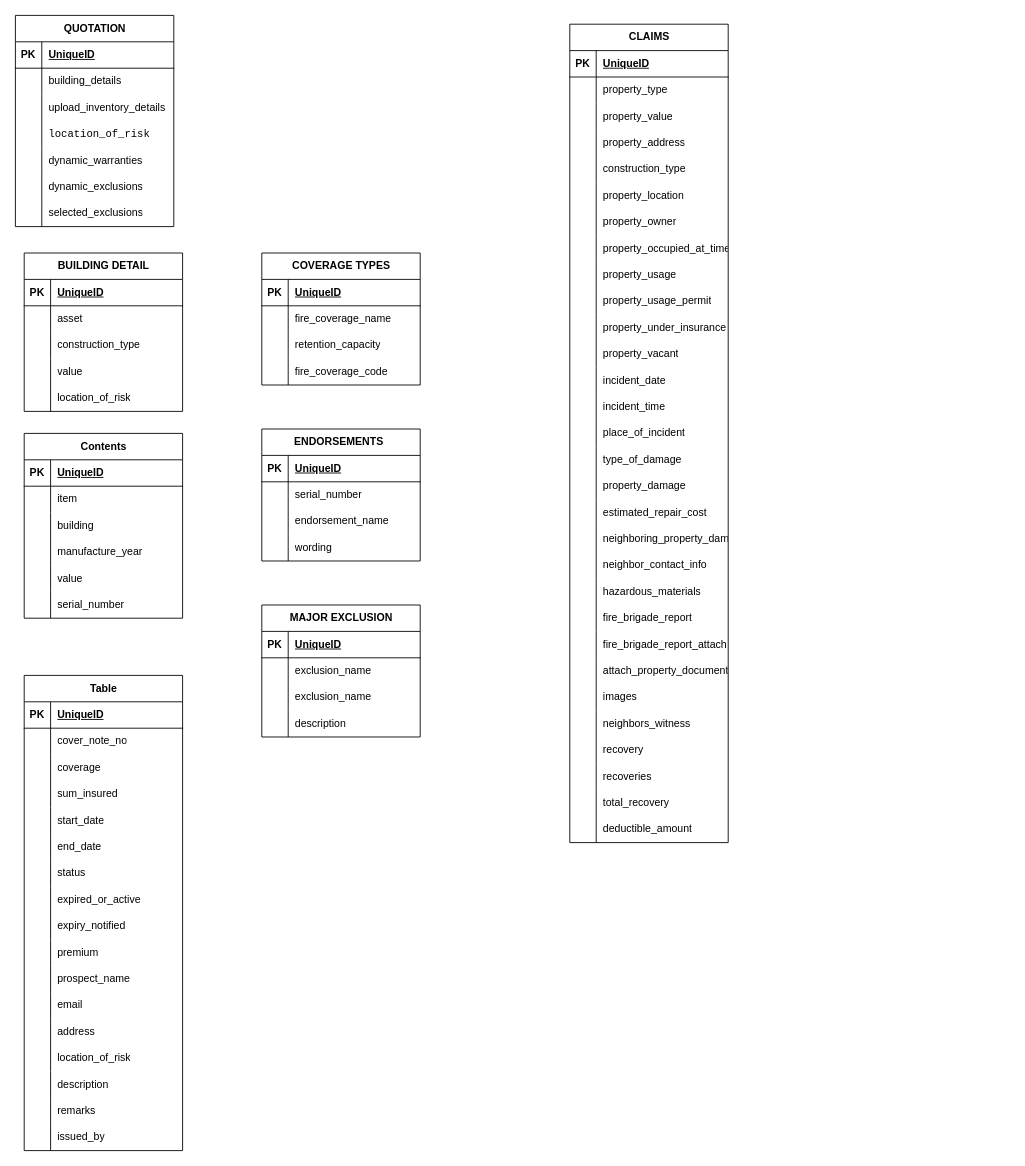
Earlier version of the draw.io diagram page "Fire" (9 of 11) of erpnext/InSIST Insurance ERDiagram.drawio (InSIST-Global-Ltd/erpnext). Source tidied: cells renumbered, new cells numbered last; positions are measured from the earlier drawing's top-left corner, leaving out a move shared by most shapes. Both pictures are drawn from the tidied source at 88%, with x=0, y=0 at pixel (15, 15).
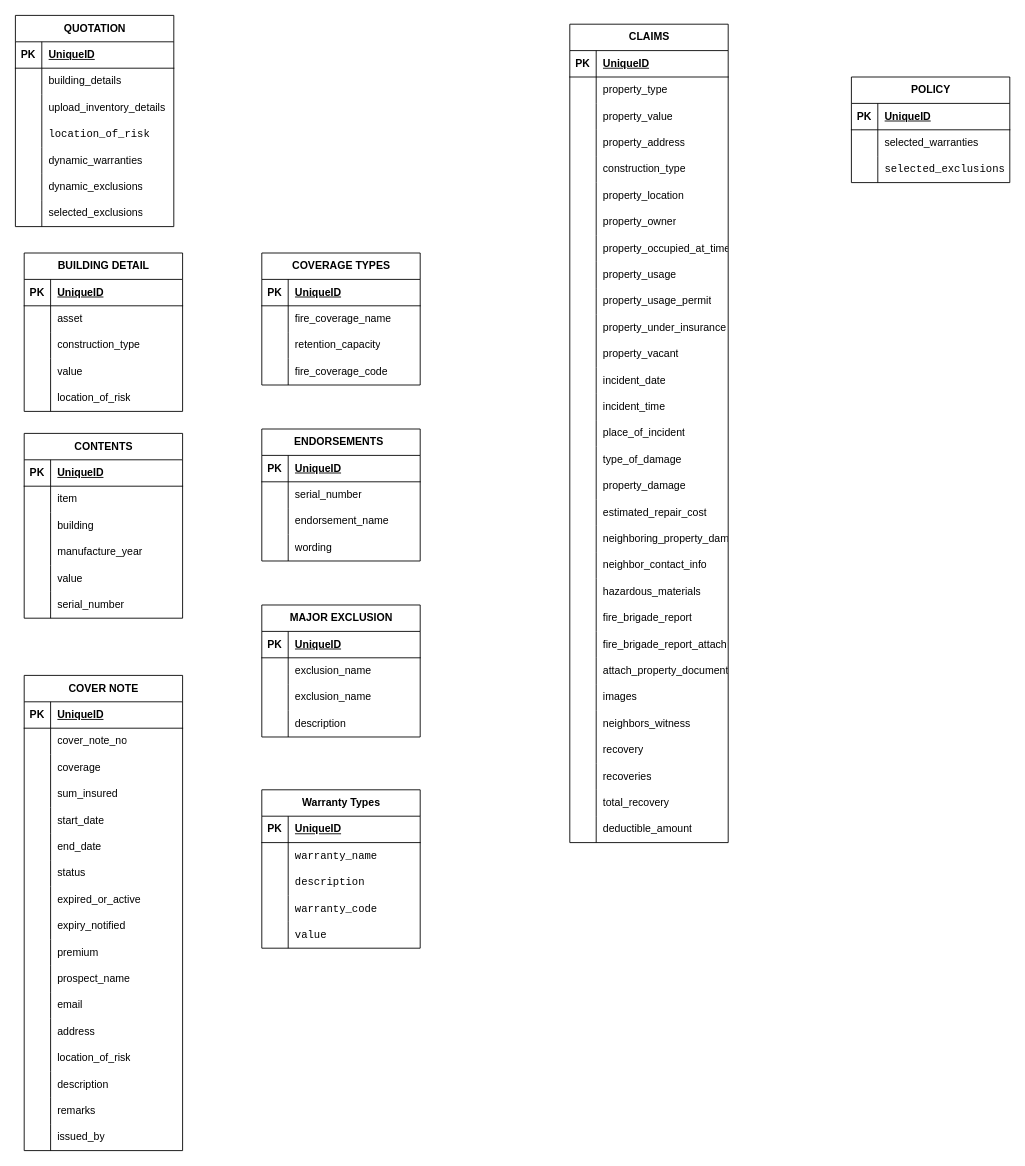
The same page after the edit.

What changed in the source:
```diff
@@
-    <mxCell id="131" value="Contents" style="shape=table;startSize=30;childLayout=tableLayout;rowLines=0;fontStyle=1;align=center;html=1;" parent="1" vertex="1">
+    <mxCell id="131" value="CONTENTS" style="shape=table;startSize=30;childLayout=tableLayout;rowLines=0;fontStyle=1;align=center;html=1;" parent="1" vertex="1">
       <mxGeometry x="10" y="475" width="180" height="210" as="geometry" />
     </mxCell>
@@
-    <mxCell id="150" value="Table" style="shape=table;startSize=30;childLayout=tableLayout;rowLines=0;fontStyle=1;align=center;html=1;" parent="1" vertex="1">
+    <mxCell id="150" value="COVER NOTE" style="shape=table;startSize=30;childLayout=tableLayout;rowLines=0;fontStyle=1;align=center;html=1;" parent="1" vertex="1">
       <mxGeometry x="10" y="750" width="180" height="540" as="geometry" />
     </mxCell>
@@
+    <mxCell id="241" value="POLICY" style="shape=table;startSize=30;childLayout=tableLayout;rowLines=0;fontStyle=1;align=center;html=1;" parent="1" vertex="1">
+      <mxGeometry x="950" y="70" width="180" height="120" as="geometry" />
+    </mxCell>
+    <mxCell id="242" style="shape=tableRow;horizontal=0;startSize=0;swimlaneHead=0;swimlaneBody=0;fillColor=none;top=0;left=0;right=0;bottom=1;" parent="241" vertex="1">
+      <mxGeometry y="30" width="180" height="30" as="geometry" />
+    </mxCell>
+    <mxCell id="243" value="PK" style="shape=partialRectangle;fillColor=none;top=0;left=0;bottom=0;right=0;fontStyle=1;overflow=hidden;whiteSpace=wrap;html=1;" parent="242" vertex="1">
+      <mxGeometry width="30" height="30" as="geometry" />
+    </mxCell>
+    <mxCell id="244" value="UniqueID" style="shape=partialRectangle;fillColor=none;top=0;left=0;bottom=0;right=0;align=left;spacingLeft=6;fontStyle=5;overflow=hidden;whiteSpace=wrap;html=1;" parent="242" vertex="1">
+      <mxGeometry x="30" width="150" height="30" as="geometry" />
+    </mxCell>
+    <mxCell id="245" style="shape=tableRow;horizontal=0;startSize=0;swimlaneHead=0;swimlaneBody=0;fillColor=none;top=0;left=0;right=0;bottom=0;" parent="241" vertex="1">
+      <mxGeometry y="60" width="180" height="30" as="geometry" />
+    </mxCell>
+    <mxCell id="246" style="shape=partialRectangle;fillColor=none;top=0;left=0;bottom=0;right=0;overflow=hidden;whiteSpace=wrap;html=1;" parent="245" vertex="1">
+      <mxGeometry width="30" height="30" as="geometry" />
+    </mxCell>
+    <mxCell id="247" value="selected_warranties" style="shape=partialRectangle;fillColor=none;top=0;left=0;bottom=0;right=0;align=left;spacingLeft=6;overflow=hidden;whiteSpace=wrap;html=1;" parent="245" vertex="1">
+      <mxGeometry x="30" width="150" height="30" as="geometry" />
+    </mxCell>
+    <mxCell id="248" style="shape=tableRow;horizontal=0;startSize=0;swimlaneHead=0;swimlaneBody=0;fillColor=none;top=0;left=0;right=0;bottom=0;" parent="241" vertex="1">
+      <mxGeometry y="90" width="180" height="30" as="geometry" />
+    </mxCell>
+    <mxCell id="249" style="shape=partialRectangle;fillColor=none;top=0;left=0;bottom=0;right=0;overflow=hidden;whiteSpace=wrap;html=1;" parent="248" vertex="1">
+      <mxGeometry width="30" height="30" as="geometry" />
+    </mxCell>
+    <mxCell id="250" value="&lt;code&gt;selected_exclusions&lt;/code&gt;" style="shape=partialRectangle;fillColor=none;top=0;left=0;bottom=0;right=0;align=left;spacingLeft=6;overflow=hidden;whiteSpace=wrap;html=1;" parent="248" vertex="1">
+      <mxGeometry x="30" width="150" height="30" as="geometry" />
+    </mxCell>
+    <mxCell id="251" value="Warranty Types" style="shape=table;startSize=30;childLayout=tableLayout;rowLines=0;fontStyle=1;align=center;html=1;" parent="1" vertex="1">
+      <mxGeometry x="280" y="880" width="180" height="180" as="geometry" />
+    </mxCell>
+    <mxCell id="252" style="shape=tableRow;horizontal=0;startSize=0;swimlaneHead=0;swimlaneBody=0;fillColor=none;top=0;left=0;right=0;bottom=1;" parent="251" vertex="1">
+      <mxGeometry y="30" width="180" height="30" as="geometry" />
+    </mxCell>
+    <mxCell id="253" value="PK" style="shape=partialRectangle;fillColor=none;top=0;left=0;bottom=0;right=0;fontStyle=1;overflow=hidden;whiteSpace=wrap;html=1;" parent="252" vertex="1">
+      <mxGeometry width="30" height="30" as="geometry" />
+    </mxCell>
+    <mxCell id="254" value="UniqueID" style="shape=partialRectangle;fillColor=none;top=0;left=0;bottom=0;right=0;align=left;spacingLeft=6;fontStyle=5;overflow=hidden;whiteSpace=wrap;html=1;" parent="252" vertex="1">
+      <mxGeometry x="30" width="150" height="30" as="geometry" />
+    </mxCell>
+    <mxCell id="255" style="shape=tableRow;horizontal=0;startSize=0;swimlaneHead=0;swimlaneBody=0;fillColor=none;top=0;left=0;right=0;bottom=0;" parent="251" vertex="1">
+      <mxGeometry y="60" width="180" height="30" as="geometry" />
+    </mxCell>
+    <mxCell id="256" style="shape=partialRectangle;fillColor=none;top=0;left=0;bottom=0;right=0;overflow=hidden;whiteSpace=wrap;html=1;" parent="255" vertex="1">
+      <mxGeometry width="30" height="30" as="geometry" />
+    </mxCell>
+    <mxCell id="257" value="&lt;code&gt;warranty_name&lt;/code&gt;" style="shape=partialRectangle;fillColor=none;top=0;left=0;bottom=0;right=0;align=left;spacingLeft=6;overflow=hidden;whiteSpace=wrap;html=1;" parent="255" vertex="1">
+      <mxGeometry x="30" width="150" height="30" as="geometry" />
+    </mxCell>
+    <mxCell id="258" style="shape=tableRow;horizontal=0;startSize=0;swimlaneHead=0;swimlaneBody=0;fillColor=none;top=0;left=0;right=0;bottom=0;" parent="251" vertex="1">
+      <mxGeometry y="90" width="180" height="30" as="geometry" />
+    </mxCell>
+    <mxCell id="259" style="shape=partialRectangle;fillColor=none;top=0;left=0;bottom=0;right=0;overflow=hidden;whiteSpace=wrap;html=1;" parent="258" vertex="1">
+      <mxGeometry width="30" height="30" as="geometry" />
+    </mxCell>
+    <mxCell id="260" value="&lt;code&gt;description&lt;/code&gt;" style="shape=partialRectangle;fillColor=none;top=0;left=0;bottom=0;right=0;align=left;spacingLeft=6;overflow=hidden;whiteSpace=wrap;html=1;" parent="258" vertex="1">
+      <mxGeometry x="30" width="150" height="30" as="geometry" />
+    </mxCell>
+    <mxCell id="261" style="shape=tableRow;horizontal=0;startSize=0;swimlaneHead=0;swimlaneBody=0;fillColor=none;top=0;left=0;right=0;bottom=0;" parent="251" vertex="1">
+      <mxGeometry y="120" width="180" height="30" as="geometry" />
+    </mxCell>
+    <mxCell id="262" style="shape=partialRectangle;fillColor=none;top=0;left=0;bottom=0;right=0;overflow=hidden;whiteSpace=wrap;html=1;" parent="261" vertex="1">
+      <mxGeometry width="30" height="30" as="geometry" />
+    </mxCell>
+    <mxCell id="263" value="&lt;code&gt;warranty_code&lt;/code&gt;" style="shape=partialRectangle;fillColor=none;top=0;left=0;bottom=0;right=0;align=left;spacingLeft=6;overflow=hidden;whiteSpace=wrap;html=1;" parent="261" vertex="1">
+      <mxGeometry x="30" width="150" height="30" as="geometry" />
+    </mxCell>
+    <mxCell id="264" style="shape=tableRow;horizontal=0;startSize=0;swimlaneHead=0;swimlaneBody=0;fillColor=none;top=0;left=0;right=0;bottom=0;" parent="251" vertex="1">
+      <mxGeometry y="150" width="180" height="30" as="geometry" />
+    </mxCell>
+    <mxCell id="265" style="shape=partialRectangle;fillColor=none;top=0;left=0;bottom=0;right=0;overflow=hidden;whiteSpace=wrap;html=1;" parent="264" vertex="1">
+      <mxGeometry width="30" height="30" as="geometry" />
+    </mxCell>
+    <mxCell id="266" value="&lt;code&gt;value&lt;/code&gt;" style="shape=partialRectangle;fillColor=none;top=0;left=0;bottom=0;right=0;align=left;spacingLeft=6;overflow=hidden;whiteSpace=wrap;html=1;" parent="264" vertex="1">
+      <mxGeometry x="30" width="150" height="30" as="geometry" />
+    </mxCell>
```
